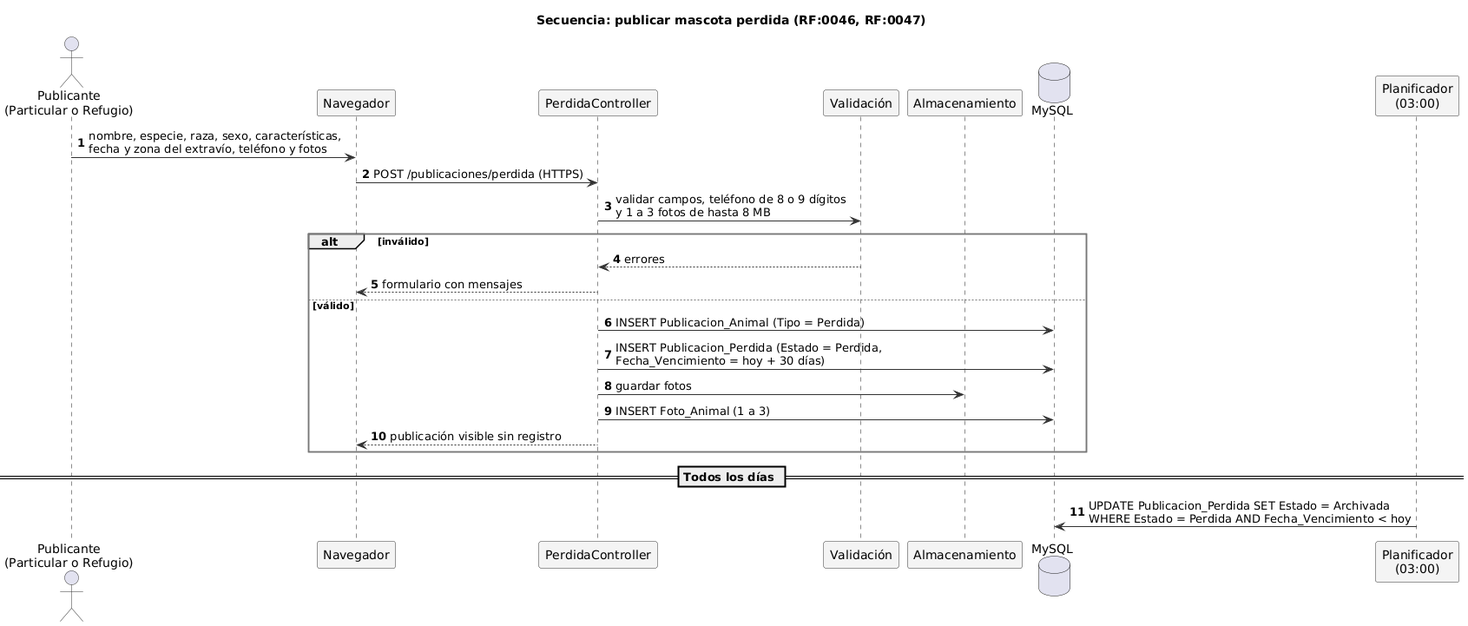
CodeCraftersITI/adoptauy keeps this PlantUML diagram as docs/diagramas/uml/sec-publicar-perdida.png. Above is the earlier version. Source of this version:
```plantuml
@startuml sec-publicar-perdida
!include _estilo.iuml
title Secuencia: publicar mascota perdida (RF:0046, RF:0047)
autonumber
actor "Publicante\n(Particular o Refugio)" as P
participant "Navegador" as N
participant "PerdidaController" as C
participant "Validación" as V
participant "Almacenamiento" as S
database "MySQL" as DB
participant "Planificador\n(03:00)" as T

P -> N : nombre, especie, raza, sexo, características,\nfecha y zona del extravío, teléfono y fotos
N -> C : POST /publicaciones/perdida (HTTPS)
C -> V : validar campos, teléfono de 8 o 9 dígitos\ny 1 a 3 fotos de hasta 8 MB
alt inválido
  V --> C : errores
  C --> N : formulario con mensajes
else válido
  C -> DB : INSERT Publicacion_Animal (Tipo = Perdida)
  C -> DB : INSERT Publicacion_Perdida (Estado = Perdida,\nFecha_Vencimiento = hoy + 30 días)
  C -> S : guardar fotos
  C -> DB : INSERT Foto_Animal (1 a 3)
  C --> N : publicación visible sin registro
end
== Todos los días ==
T -> DB : UPDATE Publicacion_Perdida SET Estado = Archivada\nWHERE Estado = Perdida AND Fecha_Vencimiento < hoy
@enduml
```
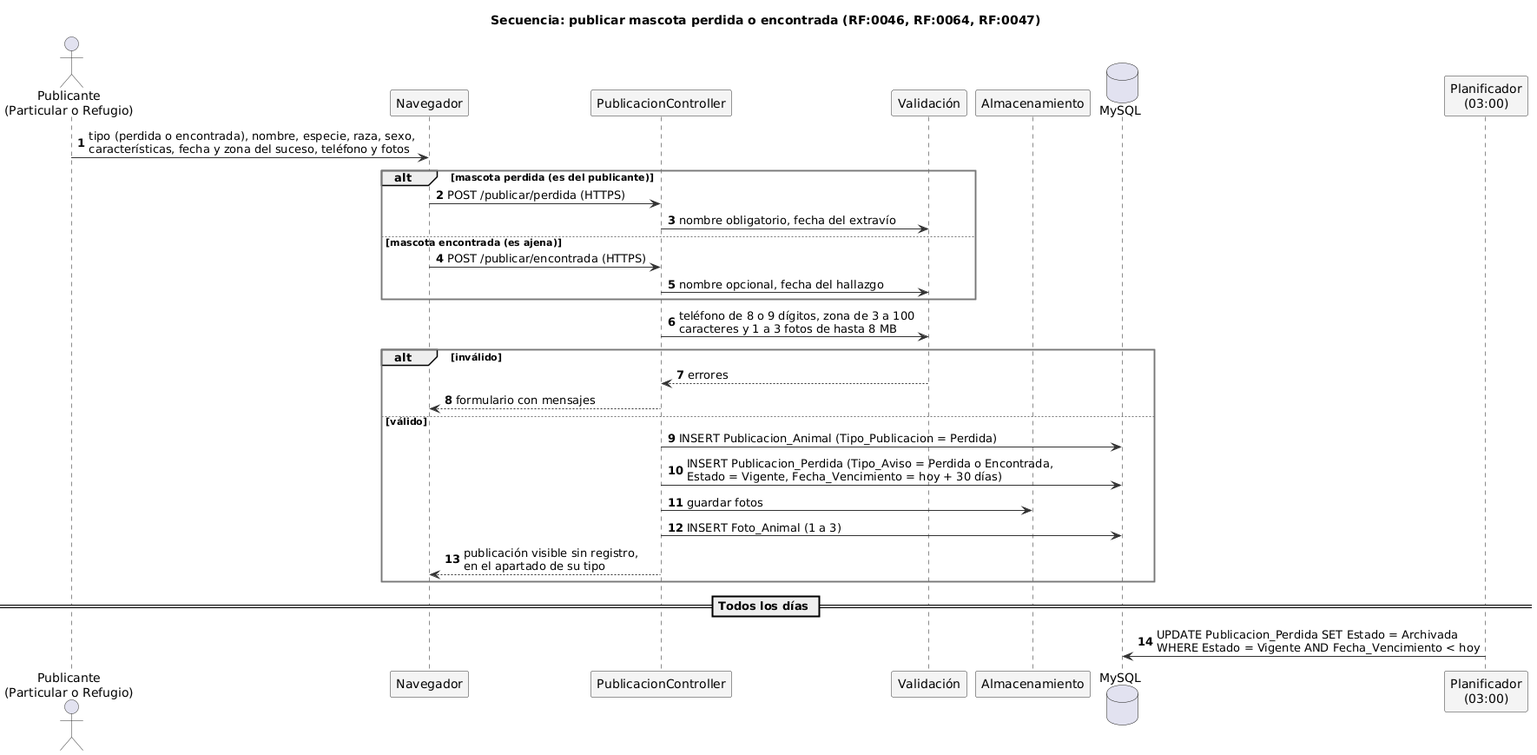
Above is the later version.

Diff of the diagram source:
```diff
@@ -1,28 +1,34 @@
 @startuml sec-publicar-perdida
 !include _estilo.iuml
-title Secuencia: publicar mascota perdida (RF:0046, RF:0047)
+title Secuencia: publicar mascota perdida o encontrada (RF:0046, RF:0064, RF:0047)
 autonumber
 actor "Publicante\n(Particular o Refugio)" as P
 participant "Navegador" as N
-participant "PerdidaController" as C
+participant "PublicacionController" as C
 participant "Validación" as V
 participant "Almacenamiento" as S
 database "MySQL" as DB
 participant "Planificador\n(03:00)" as T
 
-P -> N : nombre, especie, raza, sexo, características,\nfecha y zona del extravío, teléfono y fotos
-N -> C : POST /publicaciones/perdida (HTTPS)
-C -> V : validar campos, teléfono de 8 o 9 dígitos\ny 1 a 3 fotos de hasta 8 MB
+P -> N : tipo (perdida o encontrada), nombre, especie, raza, sexo,\ncaracterísticas, fecha y zona del suceso, teléfono y fotos
+alt mascota perdida (es del publicante)
+  N -> C : POST /publicar/perdida (HTTPS)
+  C -> V : nombre obligatorio, fecha del extravío
+else mascota encontrada (es ajena)
+  N -> C : POST /publicar/encontrada (HTTPS)
+  C -> V : nombre opcional, fecha del hallazgo
+end
+C -> V : teléfono de 8 o 9 dígitos, zona de 3 a 100\ncaracteres y 1 a 3 fotos de hasta 8 MB
 alt inválido
   V --> C : errores
   C --> N : formulario con mensajes
 else válido
-  C -> DB : INSERT Publicacion_Animal (Tipo = Perdida)
-  C -> DB : INSERT Publicacion_Perdida (Estado = Perdida,\nFecha_Vencimiento = hoy + 30 días)
+  C -> DB : INSERT Publicacion_Animal (Tipo_Publicacion = Perdida)
+  C -> DB : INSERT Publicacion_Perdida (Tipo_Aviso = Perdida o Encontrada,\nEstado = Vigente, Fecha_Vencimiento = hoy + 30 días)
   C -> S : guardar fotos
   C -> DB : INSERT Foto_Animal (1 a 3)
-  C --> N : publicación visible sin registro
+  C --> N : publicación visible sin registro,\nen el apartado de su tipo
 end
 == Todos los días ==
-T -> DB : UPDATE Publicacion_Perdida SET Estado = Archivada\nWHERE Estado = Perdida AND Fecha_Vencimiento < hoy
+T -> DB : UPDATE Publicacion_Perdida SET Estado = Archivada\nWHERE Estado = Vigente AND Fecha_Vencimiento < hoy
 @enduml
```
